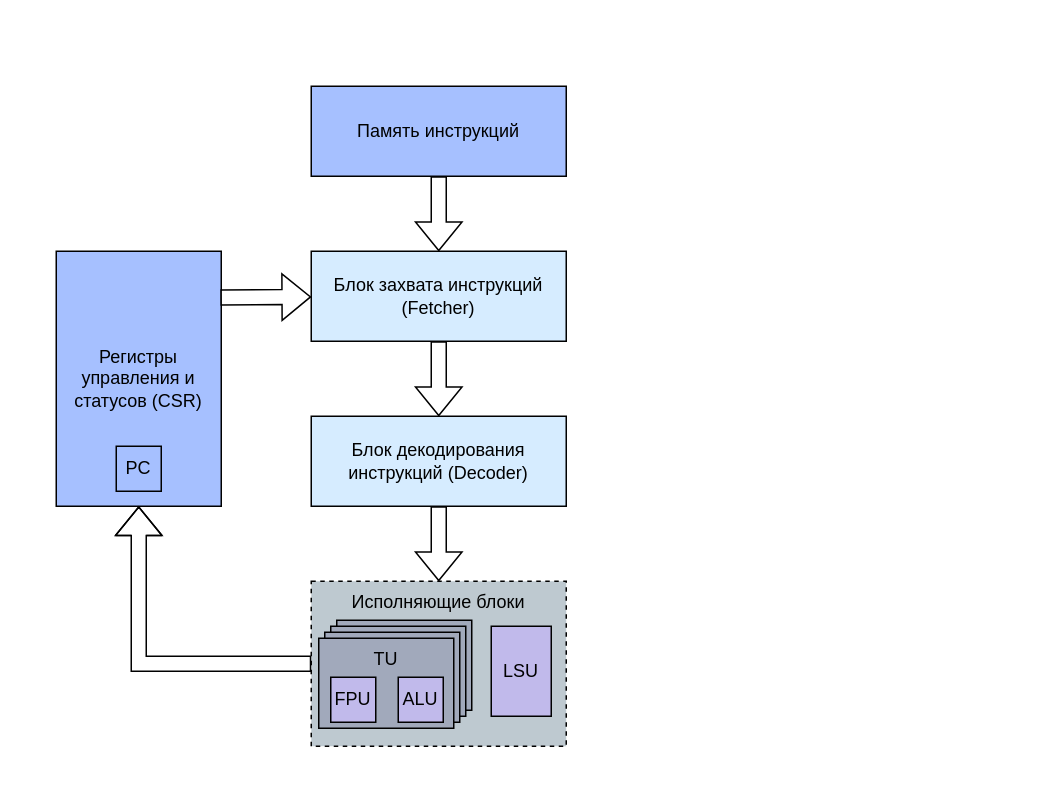
Earlier version of the draw.io diagram docs/starukhin_dissertation/images/svg/decfetexe.drawio (HaMeNopeDiot/hardware_gpu). Source tidied: cells renumbered, new cells numbered last; positions are measured from the earlier drawing's top-left corner, leaving out a move shared by most shapes. Both pictures are drawn from the tidied source at 150%, with x=0, y=0 at pixel (56, 86).
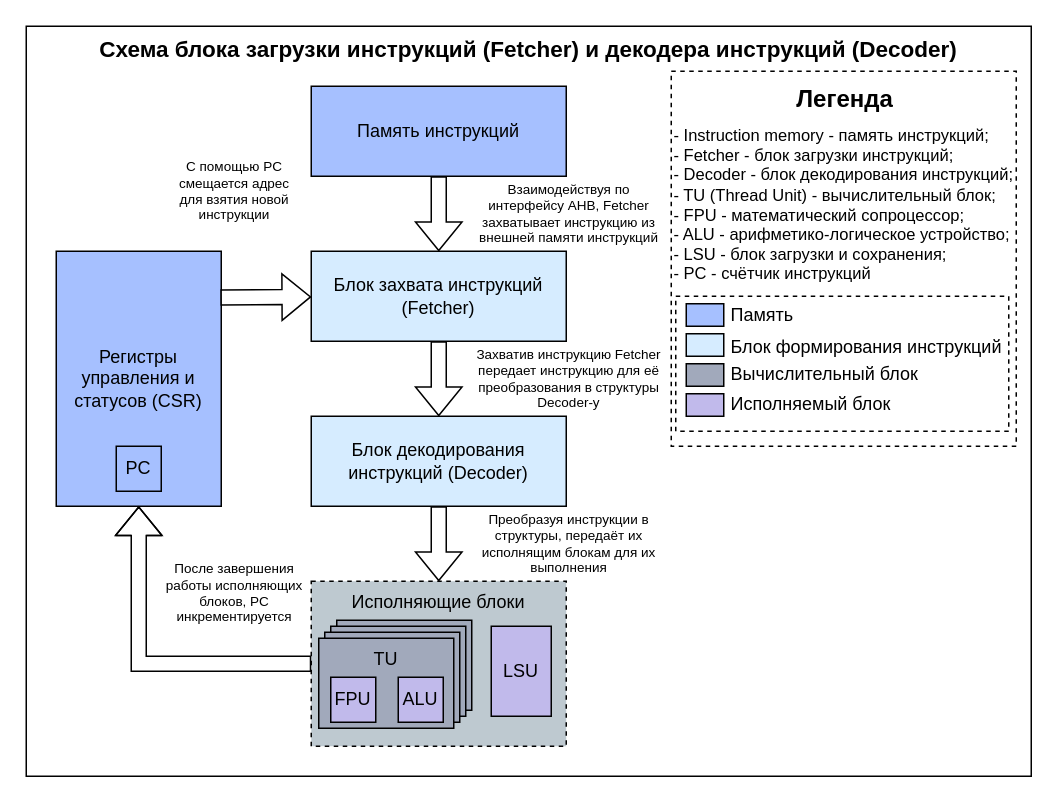
The same diagram, later.

What changed in the source:
```diff
@@
+    <mxCell id="20" value="Схема блока загрузки инструкций (Fetcher) и декодера инструкций (Decoder)" style="rounded=0;whiteSpace=wrap;html=1;verticalAlign=top;fontStyle=1;fontSize=15;" parent="1" vertex="1">
+      <mxGeometry x="-20" y="-40" width="670" height="500" as="geometry" />
+    </mxCell>
@@
+    <mxCell id="21" style="rounded=0;whiteSpace=wrap;html=1;dashed=1;" parent="1" vertex="1">
+      <mxGeometry x="410" y="-10" width="230" height="250" as="geometry" />
+    </mxCell>
+    <mxCell id="22" style="rounded=0;whiteSpace=wrap;html=1;dashed=1;" parent="1" vertex="1">
+      <mxGeometry x="413" y="140" width="222" height="90" as="geometry" />
+    </mxCell>
+    <mxCell id="23" value="- Instruction memory - память инструкций;&lt;div&gt;- Fetcher - блок загрузки инструкций;&lt;/div&gt;&lt;div&gt;- Decoder - блок декодирования инструкций;&lt;/div&gt;&lt;div&gt;- TU (Thread Unit) - вычислительный блок;&lt;/div&gt;&lt;div&gt;- FPU - математический сопроцессор;&lt;/div&gt;&lt;div&gt;- ALU - арифметико-логическое устройство;&lt;/div&gt;&lt;div&gt;- LSU - блок загрузки и сохранения;&lt;/div&gt;&lt;div&gt;- PC - счётчик инструкций&lt;/div&gt;" style="text;html=1;whiteSpace=wrap;strokeColor=none;fillColor=none;align=left;verticalAlign=top;rounded=0;fontSize=11;" parent="1" vertex="1">
+      <mxGeometry x="410" y="20" width="230" height="120" as="geometry" />
+    </mxCell>
+    <mxCell id="24" value="Легенда" style="text;html=1;whiteSpace=wrap;strokeColor=none;fillColor=none;align=center;verticalAlign=middle;rounded=0;fontSize=16;fontStyle=1;" parent="1" vertex="1">
+      <mxGeometry x="461" y="-7" width="130" height="30" as="geometry" />
+    </mxCell>
+    <mxCell id="25" value="С помощью PC смещается адрес для взятия новой инструкции" style="text;html=1;whiteSpace=wrap;strokeColor=none;fillColor=none;align=center;verticalAlign=middle;rounded=0;fontSize=9;" parent="1" vertex="1">
+      <mxGeometry x="74" y="40" width="90" height="60" as="geometry" />
+    </mxCell>
+    <mxCell id="26" value="После завершения работы исполняющих блоков, PC инкрементируется" style="text;html=1;whiteSpace=wrap;strokeColor=none;fillColor=none;align=center;verticalAlign=middle;rounded=0;fontSize=9;" parent="1" vertex="1">
+      <mxGeometry x="68" y="308" width="102" height="60" as="geometry" />
+    </mxCell>
+    <mxCell id="27" value="Захватив инструкцию Fetcher передает инструкцию для её преобразования в структуры Decoder-у" style="text;html=1;whiteSpace=wrap;strokeColor=none;fillColor=none;align=center;verticalAlign=middle;rounded=0;fontSize=9;" parent="1" vertex="1">
+      <mxGeometry x="277" y="170" width="130" height="50" as="geometry" />
+    </mxCell>
+    <mxCell id="28" value="Преобразуя инструкции в структуры, передаёт их исполнящим блокам для их выполнения" style="text;html=1;whiteSpace=wrap;strokeColor=none;fillColor=none;align=center;verticalAlign=middle;rounded=0;fontSize=9;" parent="1" vertex="1">
+      <mxGeometry x="277" y="280" width="130" height="50" as="geometry" />
+    </mxCell>
+    <mxCell id="29" value="Взаимодействуя по интерфейсу AHB, Fetcher захватывает инструкцию из внешней памяти инструкций" style="text;html=1;whiteSpace=wrap;strokeColor=none;fillColor=none;align=center;verticalAlign=middle;rounded=0;fontSize=9;" parent="1" vertex="1">
+      <mxGeometry x="277" y="60" width="130" height="50" as="geometry" />
+    </mxCell>
+    <mxCell id="30" style="group;" parent="1" vertex="1">
+      <mxGeometry x="420" y="145" width="25" height="15" as="geometry" />
+    </mxCell>
+    <mxCell id="31" style="rounded=0;whiteSpace=wrap;html=1;fillColor=light-dark(#A6C0FF,#FFFFFF);labelBorderColor=none;labelBackgroundColor=none;shadow=0;glass=0;" parent="30" vertex="1">
+      <mxGeometry width="25" height="15" as="geometry" />
+    </mxCell>
+    <mxCell id="32" style="group;" parent="1" vertex="1">
+      <mxGeometry x="420" y="165" width="25" height="15" as="geometry" />
+    </mxCell>
+    <mxCell id="33" style="rounded=0;whiteSpace=wrap;html=1;fillColor=#D6ECFF;" parent="32" vertex="1">
+      <mxGeometry width="25" height="15" as="geometry" />
+    </mxCell>
+    <mxCell id="34" style="group;" parent="1" vertex="1">
+      <mxGeometry x="420" y="185" width="25" height="15" as="geometry" />
+    </mxCell>
+    <mxCell id="35" style="rounded=0;whiteSpace=wrap;html=1;fillColor=light-dark(#A1A9BB,#FFFFFF);" parent="34" vertex="1">
+      <mxGeometry width="25" height="15" as="geometry" />
+    </mxCell>
+    <mxCell id="36" style="group;" parent="1" vertex="1">
+      <mxGeometry x="420" y="205" width="25" height="15" as="geometry" />
+    </mxCell>
+    <mxCell id="37" style="rounded=0;whiteSpace=wrap;html=1;fillColor=light-dark(#C1BAEB,#FFFFFF);" parent="36" vertex="1">
+      <mxGeometry width="25" height="15" as="geometry" />
+    </mxCell>
+    <mxCell id="38" value="Память" style="text;html=1;whiteSpace=wrap;strokeColor=none;fillColor=none;align=left;verticalAlign=middle;rounded=0;" parent="1" vertex="1">
+      <mxGeometry x="448" y="140" width="112" height="25" as="geometry" />
+    </mxCell>
+    <mxCell id="39" value="Блок формирования инструкций" style="text;html=1;whiteSpace=wrap;strokeColor=none;fillColor=none;align=left;verticalAlign=middle;rounded=0;" parent="1" vertex="1">
+      <mxGeometry x="448" y="161" width="192" height="25" as="geometry" />
+    </mxCell>
+    <mxCell id="40" value="Вычислительный блок" style="text;html=1;whiteSpace=wrap;strokeColor=none;fillColor=none;align=left;verticalAlign=middle;rounded=0;" parent="1" vertex="1">
+      <mxGeometry x="448" y="179" width="158" height="25" as="geometry" />
+    </mxCell>
+    <mxCell id="41" value="Исполняемый блок" style="text;html=1;whiteSpace=wrap;strokeColor=none;fillColor=none;align=left;verticalAlign=middle;rounded=0;" parent="1" vertex="1">
+      <mxGeometry x="448" y="199" width="112" height="25" as="geometry" />
+    </mxCell>
```
